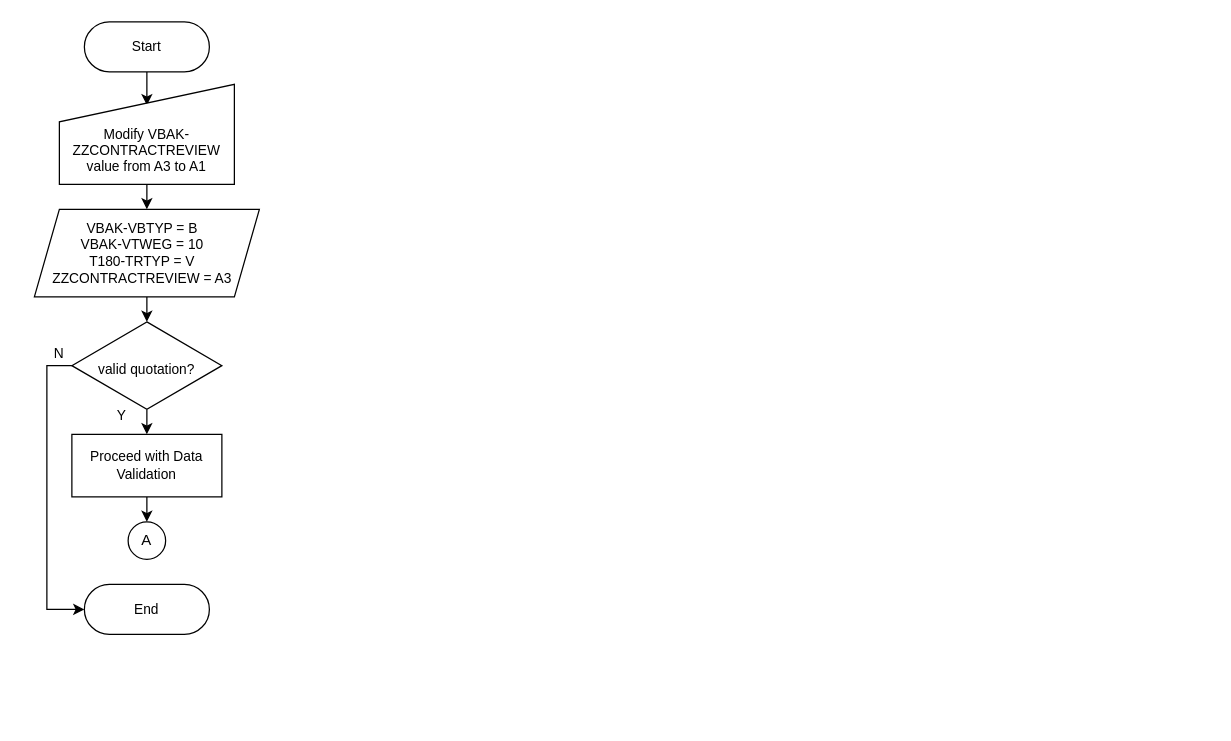
Before: AvoidConfigChg.drawio in ivanpilariza/assignment, a draw.io diagram. Source tidied: cells renumbered, new cells numbered last; positions are measured from the earlier drawing's top-left corner, leaving out a move shared by most shapes. Both pictures are drawn from the tidied source at 125%, with x=0, y=0 at pixel (21, 21).
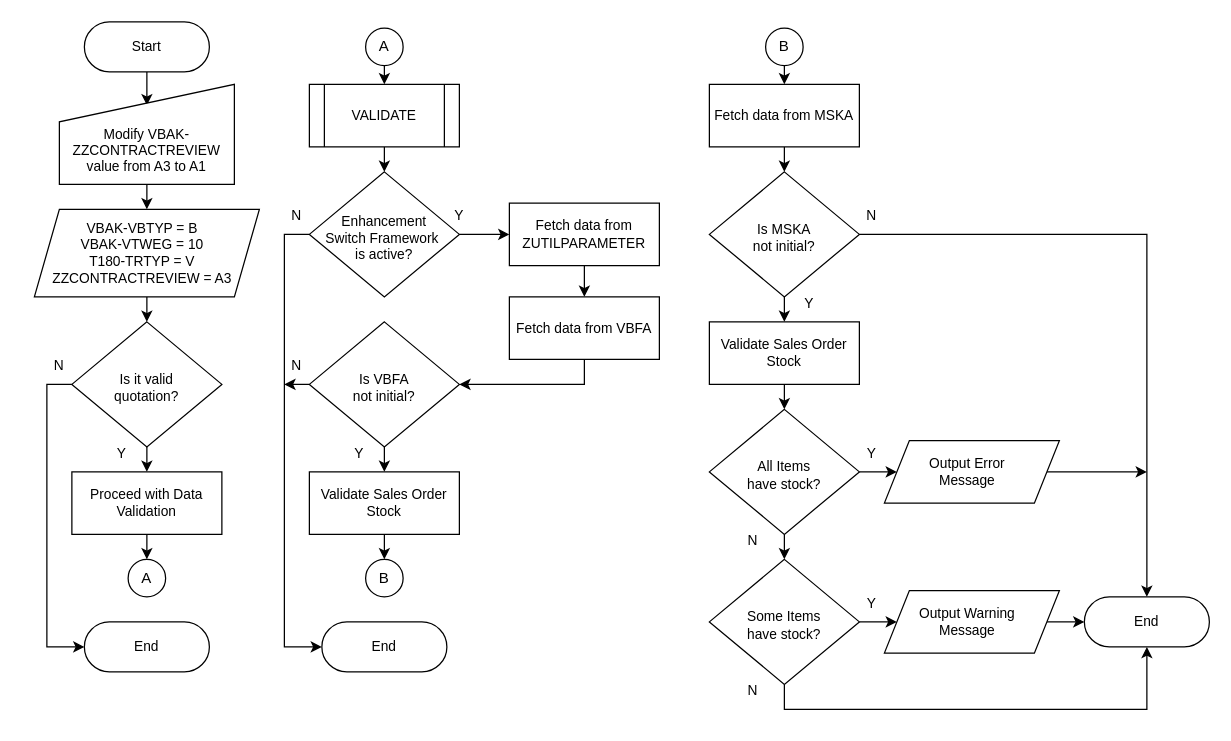
After the change.

Change to the diagram source:
```diff
@@
-    <mxCell id="10" value="valid quotation?" style="rhombus;whiteSpace=wrap;html=1;strokeWidth=1;fontSize=11;spacingTop=5;" parent="1" vertex="1">
-      <mxGeometry x="40" y="240" width="120" height="70" as="geometry" />
+    <mxCell id="10" value="Is it valid &lt;br&gt;quotation?" style="rhombus;whiteSpace=wrap;html=1;strokeWidth=1;fontSize=11;spacingTop=5;" parent="1" vertex="1">
+      <mxGeometry x="40" y="240" width="120" height="100" as="geometry" />
     </mxCell>
@@
     <mxCell id="12" value="Proceed with Data Validation" style="whiteSpace=wrap;html=1;strokeWidth=1;fontSize=11;" parent="1" vertex="1">
-      <mxGeometry x="40" y="330" width="120" height="50" as="geometry" />
+      <mxGeometry x="40" y="360" width="120" height="50" as="geometry" />
     </mxCell>
     <mxCell id="13" value="A" style="ellipse;whiteSpace=wrap;html=1;" parent="1" vertex="1">
-      <mxGeometry x="85" y="400" width="30" height="30" as="geometry" />
+      <mxGeometry x="85" y="430" width="30" height="30" as="geometry" />
     </mxCell>
     <mxCell id="14" value="End" style="html=1;dashed=0;whiteSpace=wrap;shape=mxgraph.dfd.start;fontSize=11;" parent="1" vertex="1">
-      <mxGeometry x="50" y="450" width="100" height="40" as="geometry" />
+      <mxGeometry x="50" y="480" width="100" height="40" as="geometry" />
     </mxCell>
     <mxCell id="15" value="N" style="text;strokeColor=none;align=center;fillColor=none;html=1;verticalAlign=middle;whiteSpace=wrap;rounded=0;fontSize=11;" parent="1" vertex="1">
-      <mxGeometry y="250" width="60" height="30" as="geometry" />
+      <mxGeometry y="260" width="60" height="30" as="geometry" />
     </mxCell>
     <mxCell id="16" value="Y" style="text;strokeColor=none;align=center;fillColor=none;html=1;verticalAlign=middle;whiteSpace=wrap;rounded=0;fontSize=11;" parent="1" vertex="1">
-      <mxGeometry x="50" y="300" width="60" height="30" as="geometry" />
+      <mxGeometry x="50" y="330" width="60" height="30" as="geometry" />
     </mxCell>
+    <mxCell id="17" style="edgeStyle=orthogonalEdgeStyle;rounded=0;jettySize=auto;html=1;exitX=0.5;exitY=1;exitDx=0;exitDy=0;entryX=0.5;entryY=0;entryDx=0;entryDy=0;" parent="1" edge="1" source="18" target="20">
+      <mxGeometry relative="1" as="geometry" />
+    </mxCell>
+    <mxCell id="18" value="A" style="ellipse;whiteSpace=wrap;html=1;" parent="1" vertex="1">
+      <mxGeometry x="275" y="5" width="30" height="30" as="geometry" />
+    </mxCell>
+    <mxCell id="19" style="edgeStyle=orthogonalEdgeStyle;rounded=0;jettySize=auto;html=1;exitX=0.5;exitY=1;exitDx=0;exitDy=0;entryX=0.5;entryY=0;entryDx=0;entryDy=0;" parent="1" edge="1" source="20" target="23">
+      <mxGeometry relative="1" as="geometry" />
+    </mxCell>
+    <mxCell id="20" value="VALIDATE" style="shape=process;whiteSpace=wrap;html=1;backgroundOutline=1;fontSize=11;" parent="1" vertex="1">
+      <mxGeometry x="230" y="50" width="120" height="50" as="geometry" />
+    </mxCell>
+    <mxCell id="21" style="edgeStyle=orthogonalEdgeStyle;rounded=0;jettySize=auto;html=1;exitX=0;exitY=0.5;exitDx=0;exitDy=0;entryX=0;entryY=0.5;entryDx=0;entryDy=0;entryPerimeter=0;" parent="1" edge="1" source="23" target="34">
+      <mxGeometry relative="1" as="geometry" />
+    </mxCell>
+    <mxCell id="22" style="edgeStyle=orthogonalEdgeStyle;rounded=0;jettySize=auto;html=1;exitX=1;exitY=0.5;exitDx=0;exitDy=0;entryX=0;entryY=0.5;entryDx=0;entryDy=0;" parent="1" edge="1" source="23" target="25">
+      <mxGeometry relative="1" as="geometry" />
+    </mxCell>
+    <mxCell id="23" value="Enhancement&lt;br&gt;Switch&amp;nbsp;Framework&amp;nbsp;&lt;br&gt;is active?" style="rhombus;whiteSpace=wrap;html=1;strokeWidth=1;fontSize=11;spacingTop=5;" parent="1" vertex="1">
+      <mxGeometry x="230" y="120" width="120" height="100" as="geometry" />
+    </mxCell>
+    <mxCell id="24" style="edgeStyle=orthogonalEdgeStyle;rounded=0;jettySize=auto;html=1;exitX=0.5;exitY=1;exitDx=0;exitDy=0;entryX=0.5;entryY=0;entryDx=0;entryDy=0;" parent="1" edge="1" source="25" target="27">
+      <mxGeometry relative="1" as="geometry" />
+    </mxCell>
+    <mxCell id="25" value="Fetch data from ZUTILPARAMETER" style="whiteSpace=wrap;html=1;strokeWidth=1;fontSize=11;" parent="1" vertex="1">
+      <mxGeometry x="390" y="145" width="120" height="50" as="geometry" />
+    </mxCell>
+    <mxCell id="26" style="edgeStyle=orthogonalEdgeStyle;rounded=0;jettySize=auto;html=1;exitX=0.5;exitY=1;exitDx=0;exitDy=0;entryX=1;entryY=0.5;entryDx=0;entryDy=0;" parent="1" edge="1" source="27" target="30">
+      <mxGeometry relative="1" as="geometry" />
+    </mxCell>
+    <mxCell id="27" value="Fetch data from VBFA" style="whiteSpace=wrap;html=1;strokeWidth=1;fontSize=11;" parent="1" vertex="1">
+      <mxGeometry x="390" y="220" width="120" height="50" as="geometry" />
+    </mxCell>
+    <mxCell id="28" style="edgeStyle=orthogonalEdgeStyle;rounded=0;jettySize=auto;html=1;exitX=0.5;exitY=1;exitDx=0;exitDy=0;entryX=0.5;entryY=0;entryDx=0;entryDy=0;" parent="1" edge="1" source="30" target="32">
+      <mxGeometry relative="1" as="geometry" />
+    </mxCell>
+    <mxCell id="29" style="edgeStyle=orthogonalEdgeStyle;rounded=0;jettySize=auto;html=1;exitX=0;exitY=0.5;exitDx=0;exitDy=0;" parent="1" edge="1" source="30">
+      <mxGeometry relative="1" as="geometry">
+        <mxPoint x="210" y="290" as="targetPoint" />
+      </mxGeometry>
+    </mxCell>
+    <mxCell id="30" value="Is VBFA &lt;br&gt;not initial?" style="rhombus;whiteSpace=wrap;html=1;strokeWidth=1;fontSize=11;spacingTop=5;" parent="1" vertex="1">
+      <mxGeometry x="230" y="240" width="120" height="100" as="geometry" />
+    </mxCell>
+    <mxCell id="31" style="edgeStyle=orthogonalEdgeStyle;rounded=0;jettySize=auto;html=1;exitX=0.5;exitY=1;exitDx=0;exitDy=0;entryX=0.5;entryY=0;entryDx=0;entryDy=0;" parent="1" edge="1" source="32" target="33">
+      <mxGeometry relative="1" as="geometry" />
+    </mxCell>
+    <mxCell id="32" value="Validate Sales Order Stock" style="whiteSpace=wrap;html=1;strokeWidth=1;fontSize=11;" parent="1" vertex="1">
+      <mxGeometry x="230" y="360" width="120" height="50" as="geometry" />
+    </mxCell>
+    <mxCell id="33" value="B" style="ellipse;whiteSpace=wrap;html=1;" parent="1" vertex="1">
+      <mxGeometry x="275" y="430" width="30" height="30" as="geometry" />
+    </mxCell>
+    <mxCell id="34" value="End" style="html=1;dashed=0;whiteSpace=wrap;shape=mxgraph.dfd.start;fontSize=11;" parent="1" vertex="1">
+      <mxGeometry x="240" y="480" width="100" height="40" as="geometry" />
+    </mxCell>
+    <mxCell id="35" value="N" style="text;strokeColor=none;align=center;fillColor=none;html=1;verticalAlign=middle;whiteSpace=wrap;rounded=0;fontSize=11;" parent="1" vertex="1">
+      <mxGeometry x="190" y="140" width="60" height="30" as="geometry" />
+    </mxCell>
+    <mxCell id="36" value="Y" style="text;strokeColor=none;align=center;fillColor=none;html=1;verticalAlign=middle;whiteSpace=wrap;rounded=0;fontSize=11;" parent="1" vertex="1">
+      <mxGeometry x="320" y="140" width="60" height="30" as="geometry" />
+    </mxCell>
+    <mxCell id="37" value="N" style="text;strokeColor=none;align=center;fillColor=none;html=1;verticalAlign=middle;whiteSpace=wrap;rounded=0;fontSize=11;" parent="1" vertex="1">
+      <mxGeometry x="190" y="260" width="60" height="30" as="geometry" />
+    </mxCell>
+    <mxCell id="38" value="Y" style="text;strokeColor=none;align=center;fillColor=none;html=1;verticalAlign=middle;whiteSpace=wrap;rounded=0;fontSize=11;" parent="1" vertex="1">
+      <mxGeometry x="240" y="330" width="60" height="30" as="geometry" />
+    </mxCell>
+    <mxCell id="39" style="edgeStyle=orthogonalEdgeStyle;rounded=0;jettySize=auto;html=1;exitX=0.5;exitY=1;exitDx=0;exitDy=0;entryX=0.5;entryY=0;entryDx=0;entryDy=0;" parent="1" edge="1" source="40" target="45">
+      <mxGeometry relative="1" as="geometry" />
+    </mxCell>
+    <mxCell id="40" value="Fetch data from MSKA" style="whiteSpace=wrap;html=1;strokeWidth=1;fontSize=11;" parent="1" vertex="1">
+      <mxGeometry x="550" y="50" width="120" height="50" as="geometry" />
+    </mxCell>
+    <mxCell id="41" style="edgeStyle=orthogonalEdgeStyle;rounded=0;jettySize=auto;html=1;exitX=0.5;exitY=1;exitDx=0;exitDy=0;entryX=0.5;entryY=0;entryDx=0;entryDy=0;" parent="1" edge="1" source="42" target="40">
+      <mxGeometry relative="1" as="geometry" />
+    </mxCell>
+    <mxCell id="42" value="B" style="ellipse;whiteSpace=wrap;html=1;" parent="1" vertex="1">
+      <mxGeometry x="595" y="5" width="30" height="30" as="geometry" />
+    </mxCell>
+    <mxCell id="43" style="edgeStyle=orthogonalEdgeStyle;rounded=0;jettySize=auto;html=1;exitX=0.5;exitY=1;exitDx=0;exitDy=0;entryX=0.5;entryY=0;entryDx=0;entryDy=0;" parent="1" edge="1" source="45" target="47">
+      <mxGeometry relative="1" as="geometry" />
+    </mxCell>
+    <mxCell id="44" style="edgeStyle=orthogonalEdgeStyle;rounded=0;jettySize=auto;html=1;exitX=1;exitY=0.5;exitDx=0;exitDy=0;entryX=0.5;entryY=0.5;entryDx=0;entryDy=-20;entryPerimeter=0;" parent="1" edge="1" source="45" target="58">
+      <mxGeometry relative="1" as="geometry" />
+    </mxCell>
+    <mxCell id="45" value="Is MSKA &lt;br&gt;not initial?" style="rhombus;whiteSpace=wrap;html=1;strokeWidth=1;fontSize=11;spacingTop=5;" parent="1" vertex="1">
+      <mxGeometry x="550" y="120" width="120" height="100" as="geometry" />
+    </mxCell>
+    <mxCell id="46" style="edgeStyle=orthogonalEdgeStyle;rounded=0;jettySize=auto;html=1;exitX=0.5;exitY=1;exitDx=0;exitDy=0;entryX=0.5;entryY=0;entryDx=0;entryDy=0;" parent="1" edge="1" source="47" target="50">
+      <mxGeometry relative="1" as="geometry" />
+    </mxCell>
+    <mxCell id="47" value="Validate Sales Order Stock" style="whiteSpace=wrap;html=1;strokeWidth=1;fontSize=11;" parent="1" vertex="1">
+      <mxGeometry x="550" y="240" width="120" height="50" as="geometry" />
+    </mxCell>
+    <mxCell id="48" style="edgeStyle=orthogonalEdgeStyle;rounded=0;jettySize=auto;html=1;exitX=0.5;exitY=1;exitDx=0;exitDy=0;entryX=0.5;entryY=0;entryDx=0;entryDy=0;" parent="1" edge="1" source="50" target="55">
+      <mxGeometry relative="1" as="geometry" />
+    </mxCell>
+    <mxCell id="49" style="edgeStyle=orthogonalEdgeStyle;rounded=0;jettySize=auto;html=1;exitX=1;exitY=0.5;exitDx=0;exitDy=0;entryX=0;entryY=0.5;entryDx=0;entryDy=0;" parent="1" edge="1" source="50" target="52">
+      <mxGeometry relative="1" as="geometry" />
+    </mxCell>
+    <mxCell id="50" value="All Items &lt;br&gt;have stock?" style="rhombus;whiteSpace=wrap;html=1;strokeWidth=1;fontSize=11;spacingTop=5;" parent="1" vertex="1">
+      <mxGeometry x="550" y="310" width="120" height="100" as="geometry" />
+    </mxCell>
+    <mxCell id="51" style="edgeStyle=orthogonalEdgeStyle;rounded=0;jettySize=auto;html=1;exitX=1;exitY=0.5;exitDx=0;exitDy=0;" parent="1" edge="1" source="52">
+      <mxGeometry relative="1" as="geometry">
+        <mxPoint x="900" y="360" as="targetPoint" />
+      </mxGeometry>
+    </mxCell>
+    <mxCell id="52" value="Output Error &lt;br&gt;Message" style="shape=parallelogram;perimeter=parallelogramPerimeter;whiteSpace=wrap;html=1;fixedSize=1;fontSize=11;spacingLeft=-7;" parent="1" vertex="1">
+      <mxGeometry x="690" y="335" width="140" height="50" as="geometry" />
+    </mxCell>
+    <mxCell id="53" style="edgeStyle=orthogonalEdgeStyle;rounded=0;jettySize=auto;html=1;exitX=1;exitY=0.5;exitDx=0;exitDy=0;entryX=0;entryY=0.5;entryDx=0;entryDy=0;" parent="1" edge="1" source="55" target="57">
+      <mxGeometry relative="1" as="geometry" />
+    </mxCell>
+    <mxCell id="54" style="edgeStyle=orthogonalEdgeStyle;rounded=0;jettySize=auto;html=1;exitX=0.5;exitY=1;exitDx=0;exitDy=0;entryX=0.5;entryY=0.5;entryDx=0;entryDy=20;entryPerimeter=0;" parent="1" edge="1" source="55" target="58">
+      <mxGeometry relative="1" as="geometry" />
+    </mxCell>
+    <mxCell id="55" value="Some Items &lt;br&gt;have stock?" style="rhombus;whiteSpace=wrap;html=1;strokeWidth=1;fontSize=11;spacingTop=5;" parent="1" vertex="1">
+      <mxGeometry x="550" y="430" width="120" height="100" as="geometry" />
+    </mxCell>
+    <mxCell id="56" style="edgeStyle=orthogonalEdgeStyle;rounded=0;jettySize=auto;html=1;exitX=1;exitY=0.5;exitDx=0;exitDy=0;entryX=0;entryY=0.5;entryDx=0;entryDy=0;entryPerimeter=0;" parent="1" edge="1" source="57" target="58">
+      <mxGeometry relative="1" as="geometry" />
+    </mxCell>
+    <mxCell id="57" value="Output Warning&lt;br&gt;Message" style="shape=parallelogram;perimeter=parallelogramPerimeter;whiteSpace=wrap;html=1;fixedSize=1;fontSize=11;spacingLeft=-7;" parent="1" vertex="1">
+      <mxGeometry x="690" y="455" width="140" height="50" as="geometry" />
+    </mxCell>
+    <mxCell id="58" value="End" style="html=1;dashed=0;whiteSpace=wrap;shape=mxgraph.dfd.start;fontSize=11;" parent="1" vertex="1">
+      <mxGeometry x="850" y="460" width="100" height="40" as="geometry" />
+    </mxCell>
+    <mxCell id="59" value="Y" style="text;strokeColor=none;align=center;fillColor=none;html=1;verticalAlign=middle;whiteSpace=wrap;rounded=0;fontSize=11;" parent="1" vertex="1">
+      <mxGeometry x="600" y="210" width="60" height="30" as="geometry" />
+    </mxCell>
+    <mxCell id="60" value="Y" style="text;strokeColor=none;align=center;fillColor=none;html=1;verticalAlign=middle;whiteSpace=wrap;rounded=0;fontSize=11;" parent="1" vertex="1">
+      <mxGeometry x="650" y="330" width="60" height="30" as="geometry" />
+    </mxCell>
+    <mxCell id="61" value="Y" style="text;strokeColor=none;align=center;fillColor=none;html=1;verticalAlign=middle;whiteSpace=wrap;rounded=0;fontSize=11;" parent="1" vertex="1">
+      <mxGeometry x="650" y="450" width="60" height="30" as="geometry" />
+    </mxCell>
+    <mxCell id="62" value="N" style="text;strokeColor=none;align=center;fillColor=none;html=1;verticalAlign=middle;whiteSpace=wrap;rounded=0;fontSize=11;" parent="1" vertex="1">
+      <mxGeometry x="650" y="140" width="60" height="30" as="geometry" />
+    </mxCell>
+    <mxCell id="63" value="N" style="text;strokeColor=none;align=center;fillColor=none;html=1;verticalAlign=middle;whiteSpace=wrap;rounded=0;fontSize=11;" parent="1" vertex="1">
+      <mxGeometry x="555" y="400" width="60" height="30" as="geometry" />
+    </mxCell>
+    <mxCell id="64" value="N" style="text;strokeColor=none;align=center;fillColor=none;html=1;verticalAlign=middle;whiteSpace=wrap;rounded=0;fontSize=11;" parent="1" vertex="1">
+      <mxGeometry x="555" y="520" width="60" height="30" as="geometry" />
+    </mxCell>
```
